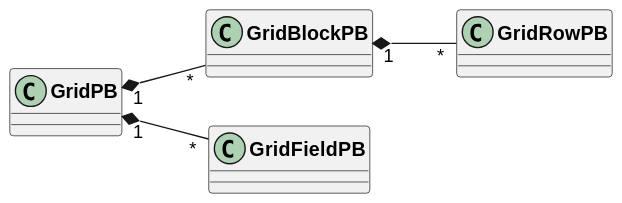
AppFlowy-IO/AppFlowy-Docs keeps this PlantUML diagram as uml/output/grid.svg. Above is the earlier version.
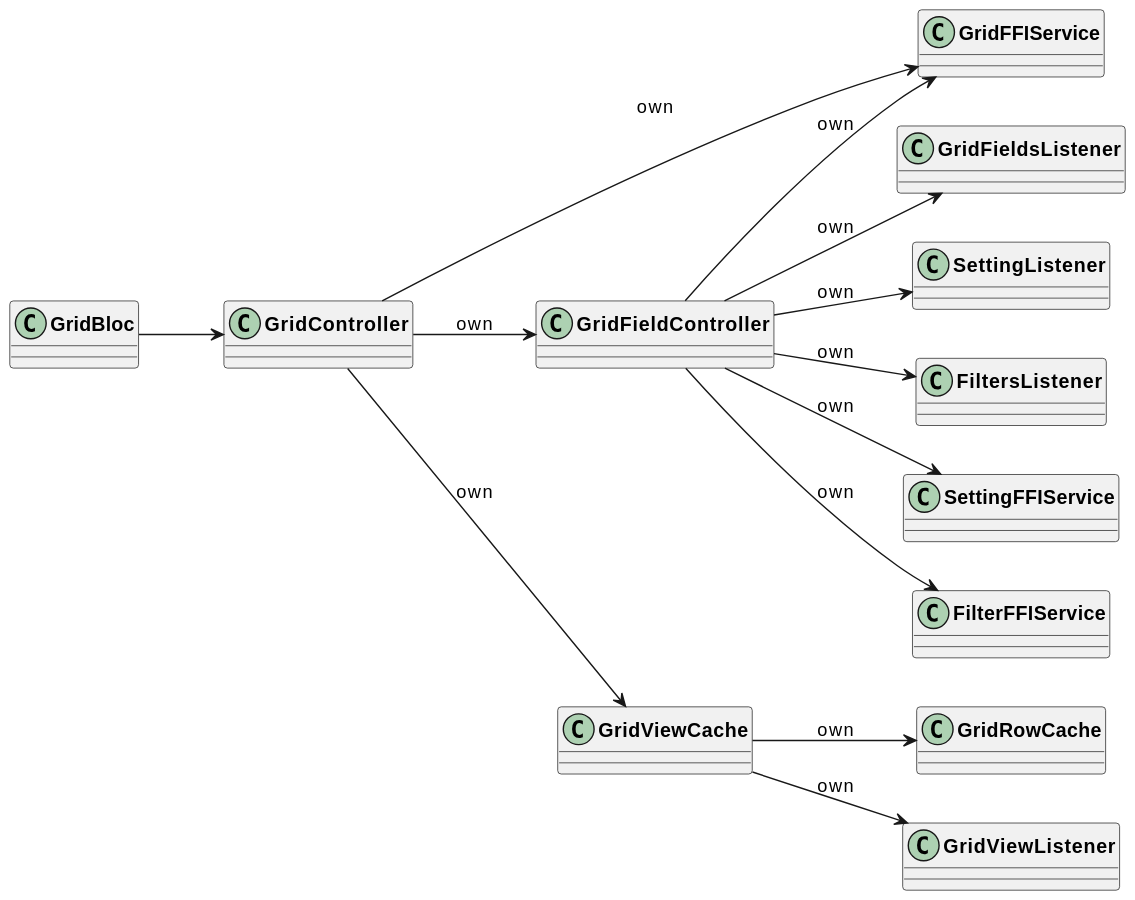
Later version of the same file.

Diff of the diagram source:
```diff
@@ -1,12 +1,22 @@
-@startuml
+@startuml Grid
 skinparam classFontStyle Bold
 skinparam ActivityBackgroundColor Silver
 skinparam ActivityBorderColor DimGray
 left to right direction
 
-GridPB  "1" *-- "*" GridBlockPB
-GridPB  "1" *-- "*" GridFieldPB
-GridBlockPB "1" *-- "*" GridRowPB
+GridBloc --> GridController
+GridController --> GridFFIService: own
+GridController --> GridFieldController: own
+GridController --> GridViewCache: own
 
+GridFieldController --> GridFieldsListener: own
+GridFieldController --> SettingListener: own
+GridFieldController --> FiltersListener: own
+GridFieldController --> GridFFIService: own
+GridFieldController --> SettingFFIService: own
+GridFieldController --> FilterFFIService: own
+
+GridViewCache --> GridRowCache: own
+GridViewCache --> GridViewListener: own
 
 @enduml
```
